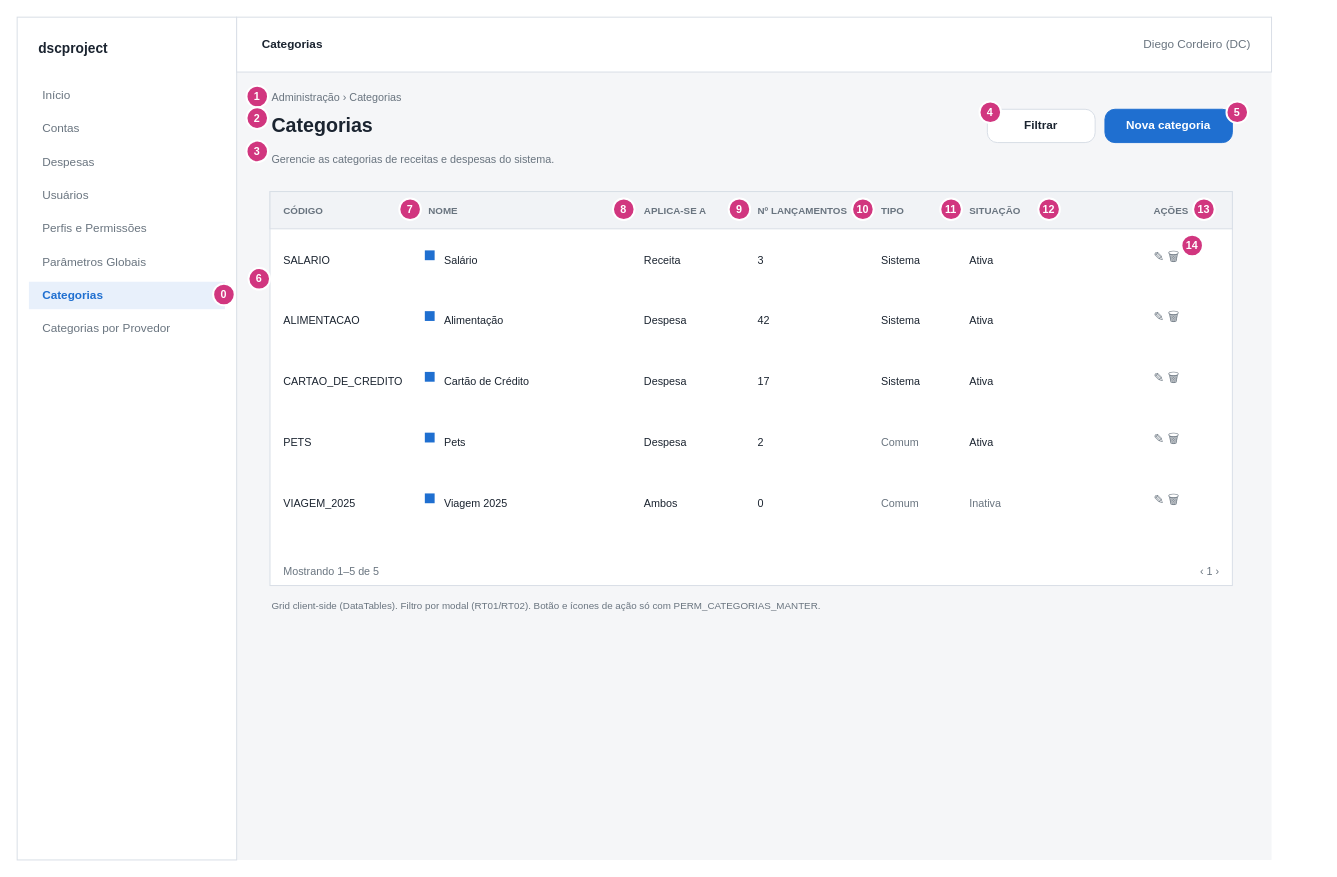
Earlier version of the draw.io diagram page "7.1 Categorias - Listagem" (1 of 5) of docs/modulos-sistema/04 - manter-categoria/prototipo/manter-categoria-prototipo.drawio (sgtchacald/dscproject-spring-mvc). Source tidied: cells renumbered, new cells numbered last; positions are measured from the earlier drawing's top-left corner, leaving out a move shared by most shapes. Both pictures are drawn from the tidied source at 98%, with x=0, y=0 at pixel (17, 17).
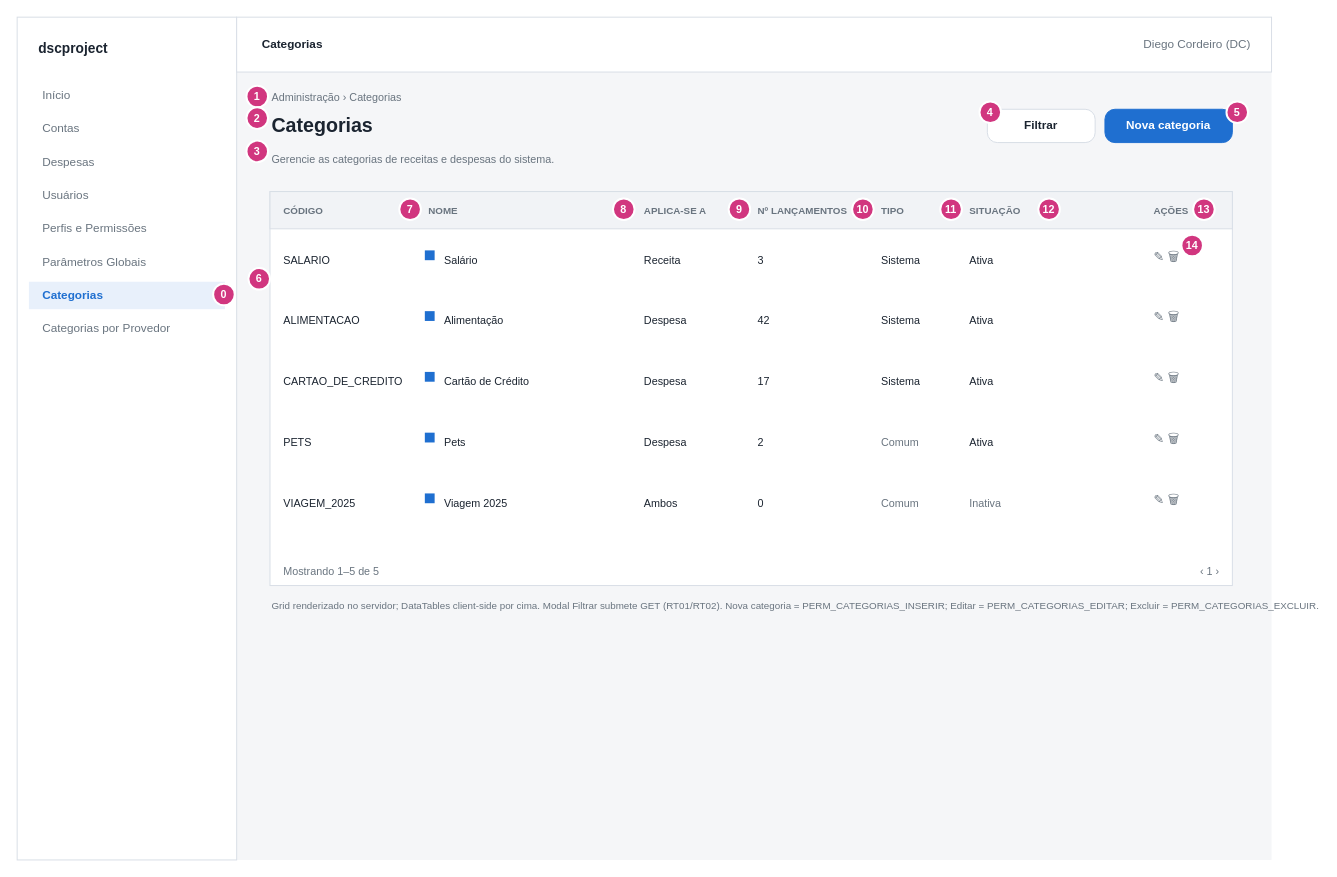
The same diagram, later.

Commit message (it also covers changes not shown here):
docs(categoria): revisa para permissões por operação e CRUD sem AJAX (v1.1)

Diff of the diagram source:
```diff
@@
-    <mxCell id="39" style="endArrow=none;html=1;strokeColor=#D8DEE6;" parent="1" edge="1">
-      <mxGeometry as="geometry">
-        <Array as="points">
-          <mxPoint x="258" y="278" />
-          <mxPoint x="1240" y="278" />
-        </Array>
-      </mxGeometry>
-    </mxCell>
+    <mxCell id="93" style="endArrow=none;html=1;strokeColor=#D8DEE6;" parent="1" edge="1">
+      <mxGeometry as="geometry">
+        <Array as="points">
+          <mxPoint x="258" y="278" />
+          <mxPoint x="1240" y="278" />
+        </Array>
+      </mxGeometry>
+    </mxCell>
@@
-    <mxCell id="48" style="endArrow=none;html=1;strokeColor=#D8DEE6;" parent="1" edge="1">
-      <mxGeometry as="geometry">
-        <Array as="points">
-          <mxPoint x="258" y="340" />
-          <mxPoint x="1240" y="340" />
-        </Array>
-      </mxGeometry>
-    </mxCell>
+    <mxCell id="94" style="endArrow=none;html=1;strokeColor=#D8DEE6;" parent="1" edge="1">
+      <mxGeometry as="geometry">
+        <Array as="points">
+          <mxPoint x="258" y="340" />
+          <mxPoint x="1240" y="340" />
+        </Array>
+      </mxGeometry>
+    </mxCell>
@@
-    <mxCell id="57" style="endArrow=none;html=1;strokeColor=#D8DEE6;" parent="1" edge="1">
-      <mxGeometry as="geometry">
-        <Array as="points">
-          <mxPoint x="258" y="402" />
-          <mxPoint x="1240" y="402" />
-        </Array>
-      </mxGeometry>
-    </mxCell>
+    <mxCell id="95" style="endArrow=none;html=1;strokeColor=#D8DEE6;" parent="1" edge="1">
+      <mxGeometry as="geometry">
+        <Array as="points">
+          <mxPoint x="258" y="402" />
+          <mxPoint x="1240" y="402" />
+        </Array>
+      </mxGeometry>
+    </mxCell>
@@
-    <mxCell id="66" style="endArrow=none;html=1;strokeColor=#D8DEE6;" parent="1" edge="1">
-      <mxGeometry as="geometry">
-        <Array as="points">
-          <mxPoint x="258" y="464" />
-          <mxPoint x="1240" y="464" />
-        </Array>
-      </mxGeometry>
-    </mxCell>
+    <mxCell id="96" style="endArrow=none;html=1;strokeColor=#D8DEE6;" parent="1" edge="1">
+      <mxGeometry as="geometry">
+        <Array as="points">
+          <mxPoint x="258" y="464" />
+          <mxPoint x="1240" y="464" />
+        </Array>
+      </mxGeometry>
+    </mxCell>
@@
-    <mxCell id="77" value="Grid client-side (DataTables). Filtro por modal (RT01/RT02). Botão e ícones de ação só com PERM_CATEGORIAS_MANTER." style="text;html=1;align=left;verticalAlign=middle;fontFamily=Helvetica;fontColor=#1B2430;fontSize=12;fontColor=#69747F;fontSize=10;" parent="1" vertex="1">
-      <mxGeometry x="258" y="592" width="982" height="16" as="geometry" />
-    </mxCell>
+    <mxCell id="97" value="Grid renderizado no servidor; DataTables client-side por cima. Modal Filtrar submete GET (RT01/RT02). Nova categoria = PERM_CATEGORIAS_INSERIR; Editar = PERM_CATEGORIAS_EDITAR; Excluir = PERM_CATEGORIAS_EXCLUIR." style="text;html=1;align=left;verticalAlign=middle;fontFamily=Helvetica;fontColor=#1B2430;fontSize=12;fontColor=#69747F;fontSize=10;" parent="1" vertex="1">
+      <mxGeometry x="258" y="592" width="982" height="16" as="geometry" />
+    </mxCell>
```
